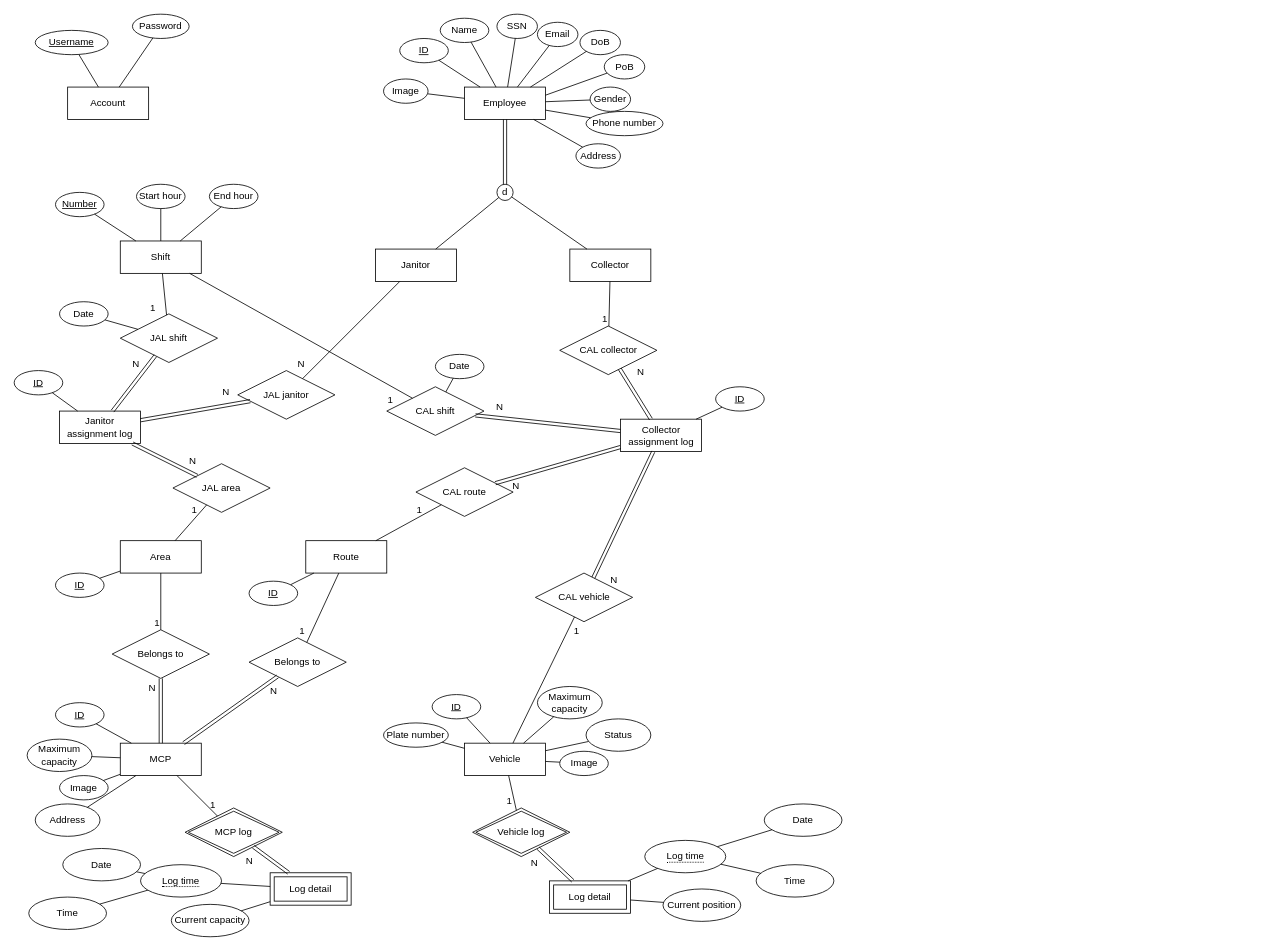
This is ERD.drawio from astr0tas/A-simple-chat-web-application, a draw.io file, before an edit. Source tidied: cells renumbered, new cells numbered last; positions are measured from the earlier drawing's top-left corner, leaving out a move shared by most shapes. Both pictures are drawn from the tidied source at 81%, with x=0, y=0 at pixel (14, 14).
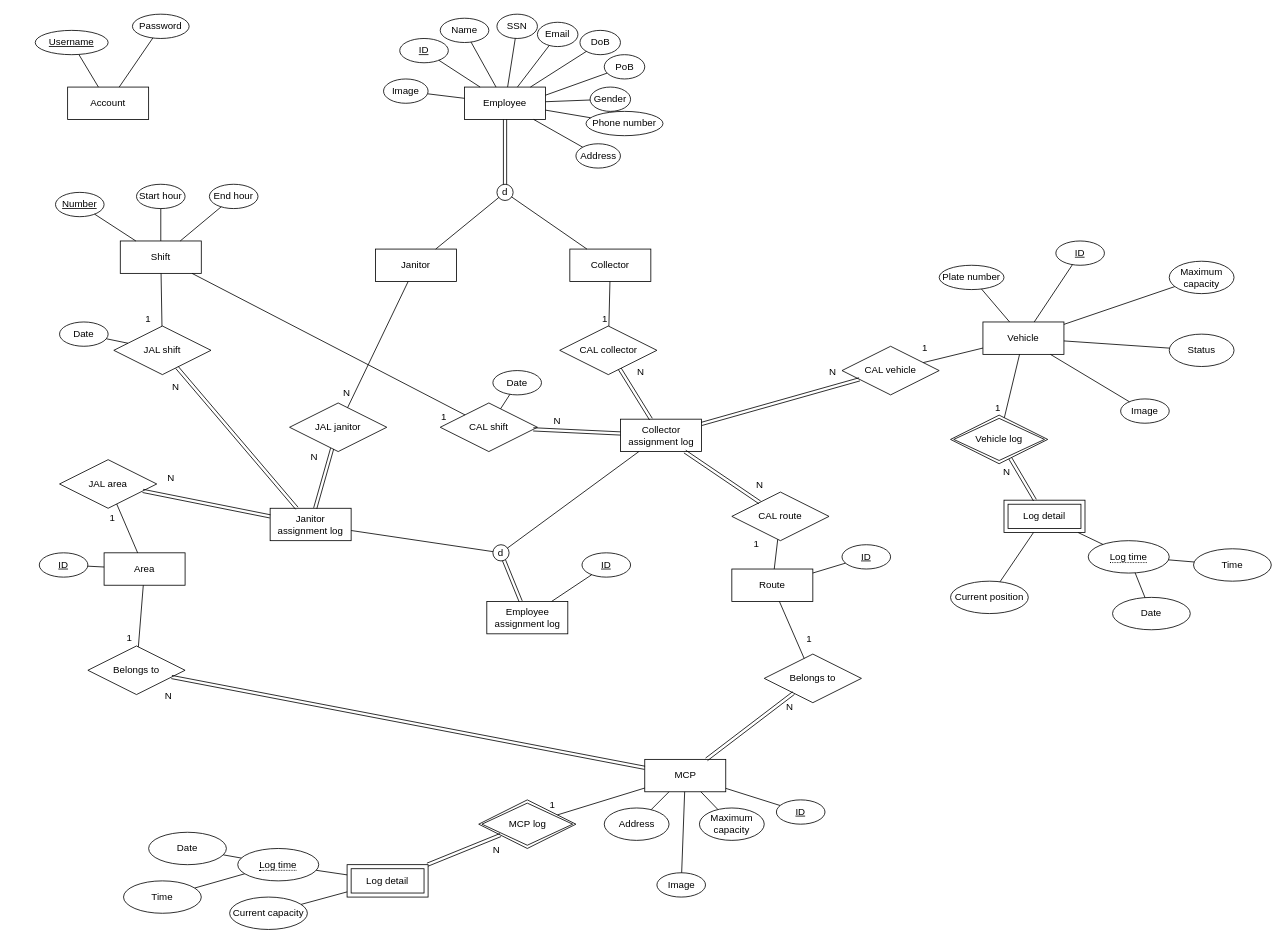
After the change.

The change refers to these unchanged cells:
```xml
<mxCell id="58" style="shape=link;html=1;rounded=0;" parent="1" edge="1" source="32" target="56">
  <mxGeometry relative="1" as="geometry" />
</mxCell>
<mxCell id="60" style="endArrow=none;html=1;rounded=0;" parent="1" edge="1" source="50" target="56">
  <mxGeometry relative="1" as="geometry" />
</mxCell>
<mxCell id="62" style="endArrow=none;html=1;rounded=0;" parent="1" edge="1" source="51" target="57">
  <mxGeometry relative="1" as="geometry" />
</mxCell>
<mxCell id="109" value="Collector assignment log" style="whiteSpace=wrap;html=1;align=center;" parent="1" vertex="1">
  <mxGeometry x="748.5" y="500" width="100" height="40" as="geometry" />
</mxCell>
<mxCell id="122" style="shape=link;html=1;rounded=0;" parent="1" edge="1" source="109" target="113">
  <mxGeometry relative="1" as="geometry" />
</mxCell>
<mxCell id="126" style="endArrow=none;html=1;rounded=0;" parent="1" edge="1" source="33" target="114">
  <mxGeometry relative="1" as="geometry" />
</mxCell>
<mxCell id="128" style="shape=link;html=1;rounded=0;" parent="1" edge="1" source="109" target="114">
  <mxGeometry relative="1" as="geometry" />
</mxCell>
<mxCell id="137" style="shape=link;html=1;rounded=0;" parent="1" edge="1" source="115" target="134">
  <mxGeometry relative="1" as="geometry" />
</mxCell>
<mxCell id="141" style="shape=link;html=1;rounded=0;" parent="1" edge="1" source="115" target="140">
  <mxGeometry relative="1" as="geometry" />
</mxCell>
<mxCell id="143" style="endArrow=none;html=1;rounded=0;" parent="1" edge="1" source="50" target="140">
  <mxGeometry relative="1" as="geometry" />
</mxCell>
<mxCell id="147" style="shape=link;html=1;rounded=0;" parent="1" edge="1" source="115" target="139">
  <mxGeometry relative="1" as="geometry" />
</mxCell>
```

The edit, as a diff of the source:
```diff
@@
     <mxCell id="32" value="MCP" style="whiteSpace=wrap;html=1;align=center;" parent="1" vertex="1">
-      <mxGeometry x="131" y="900" width="100" height="40" as="geometry" />
+      <mxGeometry x="778.5" y="920" width="100" height="40" as="geometry" />
     </mxCell>
     <mxCell id="33" value="Vehicle" style="whiteSpace=wrap;html=1;align=center;" parent="1" vertex="1">
-      <mxGeometry x="556" y="900" width="100" height="40" as="geometry" />
+      <mxGeometry x="1196" y="380" width="100" height="40" as="geometry" />
     </mxCell>
     <mxCell id="34" value="ID" style="ellipse;whiteSpace=wrap;html=1;align=center;fontStyle=4;" parent="1" vertex="1">
-      <mxGeometry x="51" y="850" width="60" height="30" as="geometry" />
+      <mxGeometry x="941" y="970" width="60" height="30" as="geometry" />
     </mxCell>
     <mxCell id="35" value="ID" style="ellipse;whiteSpace=wrap;html=1;align=center;fontStyle=4;" parent="1" vertex="1">
-      <mxGeometry x="516" y="840" width="60" height="30" as="geometry" />
+      <mxGeometry x="1286" y="280" width="60" height="30" as="geometry" />
     </mxCell>
     <mxCell id="36" value="Plate number" style="ellipse;whiteSpace=wrap;html=1;align=center;" parent="1" vertex="1">
-      <mxGeometry x="456" y="875" width="80" height="30" as="geometry" />
+      <mxGeometry x="1142" y="310" width="80" height="30" as="geometry" />
     </mxCell>
     <mxCell id="37" value="Image" style="ellipse;whiteSpace=wrap;html=1;align=center;" parent="1" vertex="1">
-      <mxGeometry x="673.5" y="910" width="60" height="30" as="geometry" />
+      <mxGeometry x="1366" y="475" width="60" height="30" as="geometry" />
     </mxCell>
     <mxCell id="38" value="Maximum capacity" style="ellipse;whiteSpace=wrap;html=1;align=center;" parent="1" vertex="1">
-      <mxGeometry x="646" y="830" width="80" height="40" as="geometry" />
+      <mxGeometry x="1426" y="305" width="80" height="40" as="geometry" />
     </mxCell>
     <mxCell id="39" value="Status" style="ellipse;whiteSpace=wrap;html=1;align=center;" parent="1" vertex="1">
-      <mxGeometry x="706" y="870" width="80" height="40" as="geometry" />
+      <mxGeometry x="1426" y="395" width="80" height="40" as="geometry" />
     </mxCell>
@@
     <mxCell id="45" value="Maximum capacity" style="ellipse;whiteSpace=wrap;html=1;align=center;" parent="1" vertex="1">
-      <mxGeometry x="16" y="895" width="80" height="40" as="geometry" />
+      <mxGeometry x="846" y="980" width="80" height="40" as="geometry" />
     </mxCell>
     <mxCell id="46" value="Image" style="ellipse;whiteSpace=wrap;html=1;align=center;" parent="1" vertex="1">
-      <mxGeometry x="56" y="940" width="60" height="30" as="geometry" />
+      <mxGeometry x="793.5" y="1060" width="60" height="30" as="geometry" />
     </mxCell>
@@
     <mxCell id="50" value="Area" style="whiteSpace=wrap;html=1;align=center;" parent="1" vertex="1">
-      <mxGeometry x="131" y="650" width="100" height="40" as="geometry" />
+      <mxGeometry x="111" y="665" width="100" height="40" as="geometry" />
     </mxCell>
     <mxCell id="51" value="Route" style="whiteSpace=wrap;html=1;align=center;" parent="1" vertex="1">
-      <mxGeometry x="360" y="650" width="100" height="40" as="geometry" />
+      <mxGeometry x="886" y="685" width="100" height="40" as="geometry" />
     </mxCell>
     <mxCell id="52" value="ID" style="ellipse;whiteSpace=wrap;html=1;align=center;fontStyle=4;" parent="1" vertex="1">
-      <mxGeometry x="51" y="690" width="60" height="30" as="geometry" />
+      <mxGeometry x="31" y="665" width="60" height="30" as="geometry" />
     </mxCell>
     <mxCell id="53" value="ID" style="ellipse;whiteSpace=wrap;html=1;align=center;fontStyle=4;" parent="1" vertex="1">
-      <mxGeometry x="290" y="700" width="60" height="30" as="geometry" />
+      <mxGeometry x="1022" y="655" width="60" height="30" as="geometry" />
     </mxCell>
@@
     <mxCell id="56" value="Belongs to" style="shape=rhombus;perimeter=rhombusPerimeter;whiteSpace=wrap;html=1;align=center;" parent="1" vertex="1">
-      <mxGeometry x="121" y="760" width="120" height="60" as="geometry" />
+      <mxGeometry x="91" y="780" width="120" height="60" as="geometry" />
     </mxCell>
     <mxCell id="57" value="Belongs to" style="shape=rhombus;perimeter=rhombusPerimeter;whiteSpace=wrap;html=1;align=center;" parent="1" vertex="1">
-      <mxGeometry x="290" y="770" width="120" height="60" as="geometry" />
+      <mxGeometry x="926" y="790" width="120" height="60" as="geometry" />
     </mxCell>
@@
     <mxCell id="59" value="N" style="html=1;whiteSpace=wrap;align=right;verticalAlign=bottom;" parent="58" vertex="1">
       <mxGeometry x="1" relative="1" as="geometry">
-        <mxPoint x="-5" y="20" as="offset" />
+        <mxPoint x="2" y="32" as="offset" />
       </mxGeometry>
     </mxCell>
@@
     <mxCell id="61" value="1" style="html=1;whiteSpace=wrap;align=right;verticalAlign=bottom;" parent="60" vertex="1">
-      <mxGeometry x="1" relative="1" as="geometry" />
+      <mxGeometry x="1" relative="1" as="geometry">
+        <mxPoint x="-6" y="-3" as="offset" />
+      </mxGeometry>
     </mxCell>
@@
     <mxCell id="63" value="1" style="html=1;whiteSpace=wrap;align=right;verticalAlign=bottom;" parent="62" vertex="1">
       <mxGeometry x="1" relative="1" as="geometry">
-        <mxPoint x="-1" y="-5" as="offset" />
+        <mxPoint x="11" y="-16" as="offset" />
       </mxGeometry>
     </mxCell>
@@
     <mxCell id="66" value="Address" style="ellipse;whiteSpace=wrap;html=1;align=center;" parent="1" vertex="1">
-      <mxGeometry x="26" y="975" width="80" height="40" as="geometry" />
+      <mxGeometry x="728.5" y="980" width="80" height="40" as="geometry" />
     </mxCell>
@@
     <mxCell id="68" value="CAL shift" style="shape=rhombus;perimeter=rhombusPerimeter;whiteSpace=wrap;html=1;align=center;" parent="1" vertex="1">
-      <mxGeometry x="460" y="460" width="120" height="60" as="geometry" />
+      <mxGeometry x="526" y="480" width="120" height="60" as="geometry" />
     </mxCell>
@@
     <mxCell id="76" value="Date" style="ellipse;whiteSpace=wrap;html=1;align=center;" parent="1" vertex="1">
-      <mxGeometry x="520" y="420" width="60" height="30" as="geometry" />
+      <mxGeometry x="591" y="440" width="60" height="30" as="geometry" />
     </mxCell>
@@
     <mxCell id="79" value="MCP log" style="shape=rhombus;double=1;perimeter=rhombusPerimeter;whiteSpace=wrap;html=1;align=center;" parent="1" vertex="1">
-      <mxGeometry x="211" y="980" width="120" height="60" as="geometry" />
+      <mxGeometry x="573.5" y="970" width="120" height="60" as="geometry" />
     </mxCell>
     <mxCell id="80" value="Vehicle log" style="shape=rhombus;double=1;perimeter=rhombusPerimeter;whiteSpace=wrap;html=1;align=center;" parent="1" vertex="1">
-      <mxGeometry x="566" y="980" width="120" height="60" as="geometry" />
+      <mxGeometry x="1156" y="495" width="120" height="60" as="geometry" />
     </mxCell>
@@
     <mxCell id="83" value="Log detail" style="shape=ext;margin=3;double=1;whiteSpace=wrap;html=1;align=center;" parent="1" vertex="1">
-      <mxGeometry x="316" y="1060" width="100" height="40" as="geometry" />
+      <mxGeometry x="411" y="1050" width="100" height="40" as="geometry" />
     </mxCell>
     <mxCell id="84" value="&lt;span style=&quot;border-bottom: 1px dotted&quot;&gt;Log time&lt;br&gt;&lt;/span&gt;" style="ellipse;whiteSpace=wrap;html=1;align=center;" parent="1" vertex="1">
-      <mxGeometry x="156" y="1050" width="100" height="40" as="geometry" />
+      <mxGeometry x="276" y="1030" width="100" height="40" as="geometry" />
     </mxCell>
     <mxCell id="85" value="Current capacity" style="ellipse;whiteSpace=wrap;html=1;align=center;" parent="1" vertex="1">
-      <mxGeometry x="194" y="1099" width="96" height="40" as="geometry" />
+      <mxGeometry x="266" y="1090" width="96" height="40" as="geometry" />
     </mxCell>
@@
     <mxCell id="90" value="Log detail" style="shape=ext;margin=3;double=1;whiteSpace=wrap;html=1;align=center;" parent="1" vertex="1">
-      <mxGeometry x="661" y="1070" width="100" height="40" as="geometry" />
+      <mxGeometry x="1222" y="600" width="100" height="40" as="geometry" />
     </mxCell>
     <mxCell id="91" value="&lt;span style=&quot;border-bottom: 1px dotted&quot;&gt;Log time&lt;br&gt;&lt;/span&gt;" style="ellipse;whiteSpace=wrap;html=1;align=center;" parent="1" vertex="1">
-      <mxGeometry x="778.5" y="1020" width="100" height="40" as="geometry" />
+      <mxGeometry x="1326" y="650" width="100" height="40" as="geometry" />
     </mxCell>
     <mxCell id="92" value="Date" style="ellipse;whiteSpace=wrap;html=1;align=center;" parent="1" vertex="1">
-      <mxGeometry x="60" y="1030" width="96" height="40" as="geometry" />
+      <mxGeometry x="166" y="1010" width="96" height="40" as="geometry" />
     </mxCell>
     <mxCell id="93" value="Time" style="ellipse;whiteSpace=wrap;html=1;align=center;" parent="1" vertex="1">
-      <mxGeometry x="18" y="1090" width="96" height="40" as="geometry" />
+      <mxGeometry x="135" y="1070" width="96" height="40" as="geometry" />
     </mxCell>
@@
     <mxCell id="100" value="Date" style="ellipse;whiteSpace=wrap;html=1;align=center;" parent="1" vertex="1">
-      <mxGeometry x="926" y="975" width="96" height="40" as="geometry" />
+      <mxGeometry x="1356" y="720" width="96" height="40" as="geometry" />
     </mxCell>
     <mxCell id="101" value="Time" style="ellipse;whiteSpace=wrap;html=1;align=center;" parent="1" vertex="1">
-      <mxGeometry x="916" y="1050" width="96" height="40" as="geometry" />
+      <mxGeometry x="1456" y="660" width="96" height="40" as="geometry" />
     </mxCell>
@@
     <mxCell id="105" value="Current position" style="ellipse;whiteSpace=wrap;html=1;align=center;" parent="1" vertex="1">
-      <mxGeometry x="801" y="1080" width="96" height="40" as="geometry" />
+      <mxGeometry x="1156" y="700" width="96" height="40" as="geometry" />
     </mxCell>
@@
-    <mxCell id="110" value="ID" style="ellipse;whiteSpace=wrap;html=1;align=center;fontStyle=4;" parent="1" vertex="1">
-      <mxGeometry x="866" y="460" width="60" height="30" as="geometry" />
-    </mxCell>
-    <mxCell id="111" style="endArrow=none;html=1;rounded=0;" parent="1" edge="1" source="109" target="110">
-      <mxGeometry relative="1" as="geometry" />
-    </mxCell>
@@
     <mxCell id="113" value="CAL route" style="shape=rhombus;perimeter=rhombusPerimeter;whiteSpace=wrap;html=1;align=center;" parent="1" vertex="1">
-      <mxGeometry x="496" y="560" width="120" height="60" as="geometry" />
+      <mxGeometry x="886" y="590" width="120" height="60" as="geometry" />
     </mxCell>
     <mxCell id="114" value="CAL vehicle" style="shape=rhombus;perimeter=rhombusPerimeter;whiteSpace=wrap;html=1;align=center;" parent="1" vertex="1">
-      <mxGeometry x="643.5" y="690" width="120" height="60" as="geometry" />
+      <mxGeometry x="1022" y="410" width="120" height="60" as="geometry" />
     </mxCell>
     <mxCell id="115" value="Janitor assignment log" style="whiteSpace=wrap;html=1;align=center;" parent="1" vertex="1">
-      <mxGeometry x="56" y="490" width="100" height="40" as="geometry" />
+      <mxGeometry x="316" y="610" width="100" height="40" as="geometry" />
     </mxCell>
-    <mxCell id="116" value="ID" style="ellipse;whiteSpace=wrap;html=1;align=center;fontStyle=4;" parent="1" vertex="1">
-      <mxGeometry y="440" width="60" height="30" as="geometry" />
-    </mxCell>
-    <mxCell id="117" style="endArrow=none;html=1;rounded=0;" parent="1" edge="1" source="115" target="116">
-      <mxGeometry relative="1" as="geometry" />
-    </mxCell>
@@
     <mxCell id="123" value="N" style="html=1;whiteSpace=wrap;align=right;verticalAlign=bottom;" parent="122" vertex="1">
       <mxGeometry x="1" relative="1" as="geometry">
-        <mxPoint x="31" y="12" as="offset" />
+        <mxPoint x="5" y="-13" as="offset" />
       </mxGeometry>
     </mxCell>
@@
     <mxCell id="127" value="1" style="html=1;whiteSpace=wrap;align=right;verticalAlign=bottom;" parent="126" vertex="1">
       <mxGeometry x="1" relative="1" as="geometry">
-        <mxPoint x="7" y="26" as="offset" />
+        <mxPoint x="7" y="-10" as="offset" />
       </mxGeometry>
     </mxCell>
@@
     <mxCell id="129" value="N" style="html=1;whiteSpace=wrap;align=right;verticalAlign=bottom;" parent="128" vertex="1">
       <mxGeometry x="1" relative="1" as="geometry">
-        <mxPoint x="31" y="12" as="offset" />
+        <mxPoint x="-28" y="-1" as="offset" />
       </mxGeometry>
     </mxCell>
@@
     <mxCell id="134" value="JAL shift" style="shape=rhombus;perimeter=rhombusPerimeter;whiteSpace=wrap;html=1;align=center;" parent="1" vertex="1">
-      <mxGeometry x="131" y="370" width="120" height="60" as="geometry" />
+      <mxGeometry x="123" y="385" width="120" height="60" as="geometry" />
     </mxCell>
@@
     <mxCell id="138" value="N" style="html=1;whiteSpace=wrap;align=right;verticalAlign=bottom;" parent="137" vertex="1">
       <mxGeometry x="1" relative="1" as="geometry">
-        <mxPoint x="-18" y="18" as="offset" />
+        <mxPoint x="4" y="33" as="offset" />
       </mxGeometry>
     </mxCell>
     <mxCell id="139" value="JAL janitor" style="shape=rhombus;perimeter=rhombusPerimeter;whiteSpace=wrap;html=1;align=center;" parent="1" vertex="1">
-      <mxGeometry x="276" y="440" width="120" height="60" as="geometry" />
+      <mxGeometry x="340" y="480" width="120" height="60" as="geometry" />
     </mxCell>
     <mxCell id="140" value="JAL area" style="shape=rhombus;perimeter=rhombusPerimeter;whiteSpace=wrap;html=1;align=center;" parent="1" vertex="1">
-      <mxGeometry x="196" y="555" width="120" height="60" as="geometry" />
+      <mxGeometry x="56" y="550" width="120" height="60" as="geometry" />
     </mxCell>
@@
     <mxCell id="142" value="N" style="html=1;whiteSpace=wrap;align=right;verticalAlign=bottom;" parent="141" vertex="1">
       <mxGeometry x="1" relative="1" as="geometry">
-        <mxPoint y="-10" as="offset" />
+        <mxPoint x="40" y="-8" as="offset" />
       </mxGeometry>
     </mxCell>
@@
     <mxCell id="144" value="1" style="html=1;whiteSpace=wrap;align=right;verticalAlign=bottom;" parent="143" vertex="1">
       <mxGeometry x="1" relative="1" as="geometry">
-        <mxPoint x="-11" y="14" as="offset" />
+        <mxPoint y="26" as="offset" />
       </mxGeometry>
     </mxCell>
@@
     <mxCell id="148" value="N" style="html=1;whiteSpace=wrap;align=right;verticalAlign=bottom;" parent="147" vertex="1">
       <mxGeometry x="1" relative="1" as="geometry">
-        <mxPoint x="-25" y="-3" as="offset" />
+        <mxPoint x="-17" y="19" as="offset" />
       </mxGeometry>
     </mxCell>
     <mxCell id="149" value="Date" style="ellipse;whiteSpace=wrap;html=1;align=center;" parent="1" vertex="1">
-      <mxGeometry x="56" y="355" width="60" height="30" as="geometry" />
+      <mxGeometry x="56" y="380" width="60" height="30" as="geometry" />
     </mxCell>
@@
+    <mxCell id="151" value="Employee assignment log" style="whiteSpace=wrap;html=1;align=center;" parent="1" vertex="1">
+      <mxGeometry x="583.5" y="725" width="100" height="40" as="geometry" />
+    </mxCell>
+    <mxCell id="152" value="d" style="ellipse;whiteSpace=wrap;html=1;" parent="1" vertex="1">
+      <mxGeometry x="591" y="655" width="20" height="20" as="geometry" />
+    </mxCell>
+    <mxCell id="153" style="shape=link;html=1;rounded=0;" parent="1" edge="1" source="152" target="151">
+      <mxGeometry relative="1" as="geometry" />
+    </mxCell>
+    <mxCell id="154" style="endArrow=none;html=1;rounded=0;" parent="1" edge="1" source="115" target="152">
+      <mxGeometry relative="1" as="geometry" />
+    </mxCell>
+    <mxCell id="155" style="endArrow=none;html=1;rounded=0;" parent="1" edge="1" source="109" target="152">
+      <mxGeometry relative="1" as="geometry" />
+    </mxCell>
+    <mxCell id="156" value="ID" style="ellipse;whiteSpace=wrap;html=1;align=center;fontStyle=4;" parent="1" vertex="1">
+      <mxGeometry x="701" y="665" width="60" height="30" as="geometry" />
+    </mxCell>
+    <mxCell id="157" style="endArrow=none;html=1;rounded=0;" parent="1" edge="1" source="151" target="156">
+      <mxGeometry relative="1" as="geometry" />
+    </mxCell>
```
